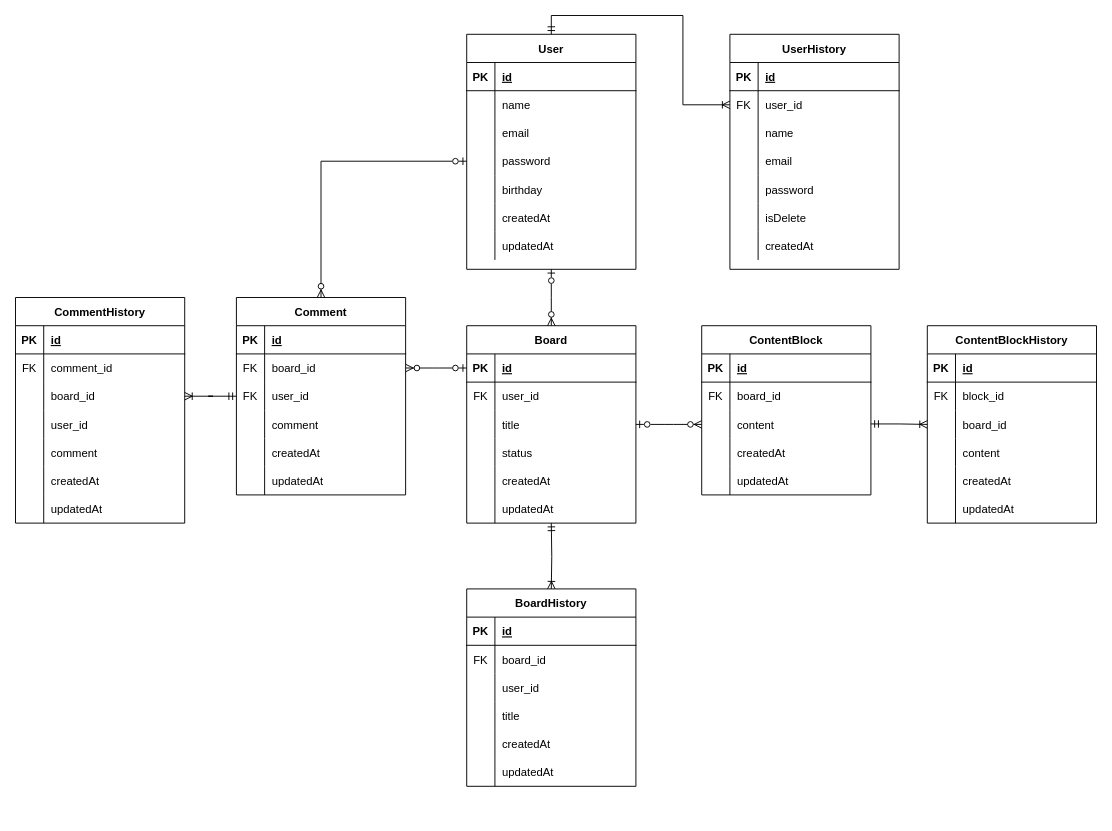
Before: server/src/main/resources/ERD.drawio in huyeon123/CONMOTO, a draw.io diagram. Source tidied: cells renumbered, new cells numbered last; positions are measured from the earlier drawing's top-left corner, leaving out a move shared by most shapes. Both pictures are drawn from the tidied source at 94%, with x=0, y=0 at pixel (15, 15).
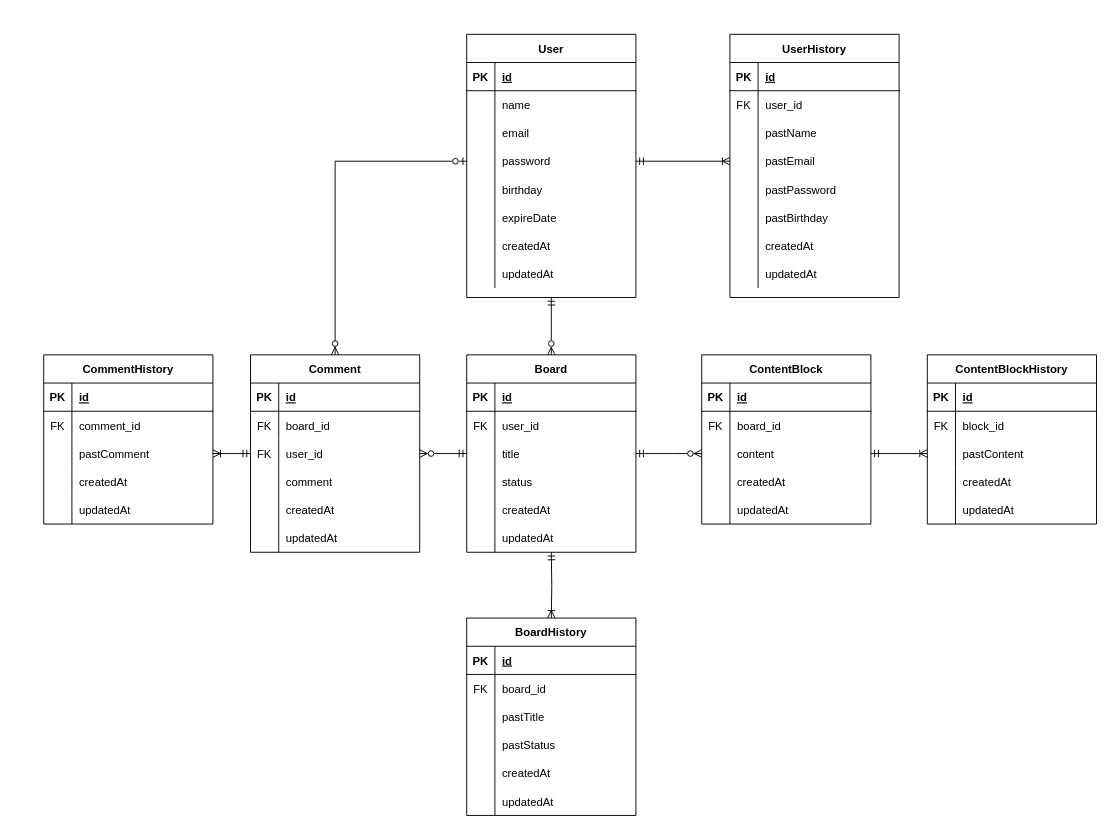
The same page after the edit.

The change refers to these unchanged cells:
```xml
<mxCell id="12" style="shape=tableRow;horizontal=0;startSize=0;swimlaneHead=0;swimlaneBody=0;fillColor=none;points=[[0,0.5],[1,0.5]];portConstraint=eastwest;top=0;left=0;right=0;bottom=0;" parent="2" vertex="1">
  <mxGeometry y="120" width="180" height="30" as="geometry" />
</mxCell>
<mxCell id="28" style="shape=tableRow;horizontal=0;startSize=0;swimlaneHead=0;swimlaneBody=0;fillColor=none;points=[[0,0.5],[1,0.5]];portConstraint=eastwest;top=0;left=0;right=0;bottom=0;" parent="24" vertex="1">
  <mxGeometry y="60" width="180" height="30" as="geometry" />
</mxCell>
<mxCell id="31" style="shape=tableRow;horizontal=0;startSize=0;swimlaneHead=0;swimlaneBody=0;fillColor=none;top=0;left=0;right=0;bottom=0;" parent="24" vertex="1">
  <mxGeometry y="90" width="180" height="30" as="geometry" />
</mxCell>
<mxCell id="34" style="shape=tableRow;horizontal=0;startSize=0;swimlaneHead=0;swimlaneBody=0;fillColor=none;points=[[0,0.5],[1,0.5]];portConstraint=eastwest;top=0;left=0;right=0;bottom=0;" parent="24" vertex="1">
  <mxGeometry y="120" width="180" height="30" as="geometry" />
</mxCell>
<mxCell id="37" style="shape=tableRow;horizontal=0;startSize=0;swimlaneHead=0;swimlaneBody=0;fillColor=none;top=0;left=0;right=0;bottom=0;" parent="24" vertex="1">
  <mxGeometry y="150" width="180" height="30" as="geometry" />
</mxCell>
<mxCell id="40" style="shape=tableRow;horizontal=0;startSize=0;swimlaneHead=0;swimlaneBody=0;fillColor=none;top=0;left=0;right=0;bottom=0;" parent="24" vertex="1">
  <mxGeometry y="180" width="180" height="30" as="geometry" />
</mxCell>
<mxCell id="47" style="shape=tableRow;horizontal=0;startSize=0;swimlaneHead=0;swimlaneBody=0;fillColor=none;points=[[0,0.5],[1,0.5]];portConstraint=eastwest;top=0;left=0;right=0;bottom=1;" parent="46" vertex="1">
  <mxGeometry y="30" width="180" height="30" as="geometry" />
</mxCell>
<mxCell id="53" style="shape=tableRow;horizontal=0;startSize=0;swimlaneHead=0;swimlaneBody=0;fillColor=none;points=[[0,0.5],[1,0.5]];portConstraint=eastwest;top=0;left=0;right=0;bottom=0;" parent="46" vertex="1">
  <mxGeometry y="90" width="180" height="30" as="geometry" />
</mxCell>
<mxCell id="91" style="shape=tableRow;horizontal=0;startSize=0;swimlaneHead=0;swimlaneBody=0;fillColor=none;points=[[0,0.5],[1,0.5]];portConstraint=eastwest;top=0;left=0;right=0;bottom=0;" parent="84" vertex="1">
  <mxGeometry y="90" width="180" height="30" as="geometry" />
</mxCell>
<mxCell id="123" style="shape=tableRow;horizontal=0;startSize=0;swimlaneHead=0;swimlaneBody=0;fillColor=none;points=[[0,0.5],[1,0.5]];portConstraint=eastwest;top=0;left=0;right=0;bottom=0;" parent="119" vertex="1">
  <mxGeometry y="60" width="180" height="30" as="geometry" />
</mxCell>
<mxCell id="126" style="shape=tableRow;horizontal=0;startSize=0;swimlaneHead=0;swimlaneBody=0;fillColor=none;points=[[0,0.5],[1,0.5]];portConstraint=eastwest;top=0;left=0;right=0;bottom=0;" parent="119" vertex="1">
  <mxGeometry y="90" width="180" height="30" as="geometry" />
</mxCell>
```

What changed in the source:
```diff
@@
+    <mxCell id="161" style="edgeStyle=orthogonalEdgeStyle;rounded=0;jettySize=auto;html=1;exitX=0.5;exitY=1;exitDx=0;exitDy=0;entryX=0.5;entryY=0;entryDx=0;entryDy=0;startArrow=ERmandOne;startFill=0;endArrow=ERzeroToMany;endFill=0;" parent="1" edge="1" source="2" target="46">
+      <mxGeometry relative="1" as="geometry" />
+    </mxCell>
     <mxCell id="2" value="User" style="shape=table;startSize=30;childLayout=tableLayout;rowLines=0;fontStyle=1;align=center;" parent="1" vertex="1">
-      <mxGeometry x="480" y="20" width="180" height="250" as="geometry" />
+      <mxGeometry x="480" y="20" width="180" height="280" as="geometry" />
     </mxCell>
@@
+    <mxCell id="168" style="shape=tableRow;horizontal=0;startSize=0;swimlaneHead=0;swimlaneBody=0;fillColor=none;top=0;left=0;right=0;bottom=0;" parent="2" vertex="1">
+      <mxGeometry y="180" width="180" height="30" as="geometry" />
+    </mxCell>
+    <mxCell id="169" style="shape=partialRectangle;fillColor=none;top=0;left=0;bottom=0;right=0;overflow=hidden;" parent="168" vertex="1">
+      <mxGeometry width="30" height="30" as="geometry" />
+    </mxCell>
+    <mxCell id="170" value="expireDate" style="shape=partialRectangle;fillColor=none;top=0;left=0;bottom=0;right=0;align=left;spacingLeft=6;overflow=hidden;" parent="168" vertex="1">
+      <mxGeometry x="30" width="150" height="30" as="geometry" />
+    </mxCell>
     <mxCell id="18" style="shape=tableRow;horizontal=0;startSize=0;swimlaneHead=0;swimlaneBody=0;fillColor=none;top=0;left=0;right=0;bottom=0;" parent="2" vertex="1">
-      <mxGeometry y="180" width="180" height="30" as="geometry" />
+      <mxGeometry y="210" width="180" height="30" as="geometry" />
     </mxCell>
@@
     <mxCell id="21" style="shape=tableRow;horizontal=0;startSize=0;swimlaneHead=0;swimlaneBody=0;fillColor=none;top=0;left=0;right=0;bottom=0;" parent="2" vertex="1">
-      <mxGeometry y="210" width="180" height="30" as="geometry" />
+      <mxGeometry y="240" width="180" height="30" as="geometry" />
     </mxCell>
@@
     <mxCell id="24" value="UserHistory" style="shape=table;startSize=30;childLayout=tableLayout;rowLines=0;fontStyle=1;align=center;" parent="1" vertex="1">
-      <mxGeometry x="760" y="20" width="180" height="250" as="geometry" />
+      <mxGeometry x="760" y="20" width="180" height="280" as="geometry" />
     </mxCell>
@@
-    <mxCell id="33" value="name" style="shape=partialRectangle;fillColor=none;top=0;left=0;bottom=0;right=0;align=left;spacingLeft=6;overflow=hidden;" parent="31" vertex="1">
+    <mxCell id="33" value="pastName" style="shape=partialRectangle;fillColor=none;top=0;left=0;bottom=0;right=0;align=left;spacingLeft=6;overflow=hidden;" parent="31" vertex="1">
       <mxGeometry x="30" width="150" height="30" as="geometry" />
     </mxCell>
@@
-    <mxCell id="36" value="email" style="shape=partialRectangle;fillColor=none;top=0;left=0;bottom=0;right=0;align=left;spacingLeft=6;overflow=hidden;" parent="34" vertex="1">
+    <mxCell id="36" value="pastEmail" style="shape=partialRectangle;fillColor=none;top=0;left=0;bottom=0;right=0;align=left;spacingLeft=6;overflow=hidden;" parent="34" vertex="1">
       <mxGeometry x="30" width="150" height="30" as="geometry" />
     </mxCell>
@@
-    <mxCell id="39" value="password" style="shape=partialRectangle;fillColor=none;top=0;left=0;bottom=0;right=0;align=left;spacingLeft=6;overflow=hidden;" parent="37" vertex="1">
+    <mxCell id="39" value="pastPassword" style="shape=partialRectangle;fillColor=none;top=0;left=0;bottom=0;right=0;align=left;spacingLeft=6;overflow=hidden;" parent="37" vertex="1">
       <mxGeometry x="30" width="150" height="30" as="geometry" />
     </mxCell>
@@
-    <mxCell id="42" value="isDelete" style="shape=partialRectangle;fillColor=none;top=0;left=0;bottom=0;right=0;align=left;spacingLeft=6;overflow=hidden;" parent="40" vertex="1">
+    <mxCell id="42" value="pastBirthday" style="shape=partialRectangle;fillColor=none;top=0;left=0;bottom=0;right=0;align=left;spacingLeft=6;overflow=hidden;" parent="40" vertex="1">
       <mxGeometry x="30" width="150" height="30" as="geometry" />
     </mxCell>
@@
+    <mxCell id="171" style="shape=tableRow;horizontal=0;startSize=0;swimlaneHead=0;swimlaneBody=0;fillColor=none;top=0;left=0;right=0;bottom=0;" parent="24" vertex="1">
+      <mxGeometry y="240" width="180" height="30" as="geometry" />
+    </mxCell>
+    <mxCell id="172" style="shape=partialRectangle;fillColor=none;top=0;left=0;bottom=0;right=0;overflow=hidden;" parent="171" vertex="1">
+      <mxGeometry width="30" height="30" as="geometry" />
+    </mxCell>
+    <mxCell id="173" value="updatedAt" style="shape=partialRectangle;fillColor=none;top=0;left=0;bottom=0;right=0;align=left;spacingLeft=6;overflow=hidden;" parent="171" vertex="1">
+      <mxGeometry x="30" width="150" height="30" as="geometry" />
+    </mxCell>
     <mxCell id="46" value="Board" style="shape=table;startSize=30;childLayout=tableLayout;rowLines=0;fontStyle=1;align=center;" parent="1" vertex="1">
-      <mxGeometry x="480" y="330" width="180" height="210" as="geometry" />
+      <mxGeometry x="480" y="361" width="180" height="210" as="geometry" />
     </mxCell>
@@
     <mxCell id="65" value="BoardHistory" style="shape=table;startSize=30;childLayout=tableLayout;rowLines=0;fontStyle=1;align=center;" parent="1" vertex="1">
-      <mxGeometry x="480" y="610" width="180" height="210" as="geometry" />
+      <mxGeometry x="480" y="641" width="180" height="210" as="geometry" />
     </mxCell>
@@
-    <mxCell id="72" style="shape=tableRow;horizontal=0;startSize=0;swimlaneHead=0;swimlaneBody=0;fillColor=none;top=0;left=0;right=0;bottom=0;" parent="65" vertex="1">
-      <mxGeometry y="90" width="180" height="30" as="geometry" />
-    </mxCell>
-    <mxCell id="73" style="shape=partialRectangle;fillColor=none;top=0;left=0;bottom=0;right=0;overflow=hidden;" parent="72" vertex="1">
-      <mxGeometry width="30" height="30" as="geometry" />
-    </mxCell>
-    <mxCell id="74" value="user_id" style="shape=partialRectangle;fillColor=none;top=0;left=0;bottom=0;right=0;align=left;spacingLeft=6;overflow=hidden;" parent="72" vertex="1">
-      <mxGeometry x="30" width="150" height="30" as="geometry" />
-    </mxCell>
     <mxCell id="75" style="shape=tableRow;horizontal=0;startSize=0;swimlaneHead=0;swimlaneBody=0;fillColor=none;top=0;left=0;right=0;bottom=0;" parent="65" vertex="1">
-      <mxGeometry y="120" width="180" height="30" as="geometry" />
+      <mxGeometry y="90" width="180" height="30" as="geometry" />
     </mxCell>
@@
-    <mxCell id="77" value="title" style="shape=partialRectangle;fillColor=none;top=0;left=0;bottom=0;right=0;align=left;spacingLeft=6;overflow=hidden;" parent="75" vertex="1">
+    <mxCell id="77" value="pastTitle" style="shape=partialRectangle;fillColor=none;top=0;left=0;bottom=0;right=0;align=left;spacingLeft=6;overflow=hidden;" parent="75" vertex="1">
       <mxGeometry x="30" width="150" height="30" as="geometry" />
     </mxCell>
+    <mxCell id="148" style="shape=tableRow;horizontal=0;startSize=0;swimlaneHead=0;swimlaneBody=0;fillColor=none;top=0;left=0;right=0;bottom=0;" parent="65" vertex="1">
+      <mxGeometry y="120" width="180" height="30" as="geometry" />
+    </mxCell>
+    <mxCell id="174" style="shape=partialRectangle;fillColor=none;top=0;left=0;bottom=0;right=0;overflow=hidden;" parent="148" vertex="1">
+      <mxGeometry width="30" height="30" as="geometry" />
+    </mxCell>
+    <mxCell id="175" value="pastStatus" style="shape=partialRectangle;fillColor=none;top=0;left=0;bottom=0;right=0;align=left;spacingLeft=6;overflow=hidden;" parent="148" vertex="1">
+      <mxGeometry x="30" width="150" height="30" as="geometry" />
+    </mxCell>
@@
     <mxCell id="84" value="ContentBlock" style="shape=table;startSize=30;childLayout=tableLayout;rowLines=0;fontStyle=1;align=center;" parent="1" vertex="1">
-      <mxGeometry x="730" y="330" width="180" height="180" as="geometry" />
+      <mxGeometry x="730" y="361" width="180" height="180" as="geometry" />
     </mxCell>
@@
     <mxCell id="100" value="ContentBlockHistory" style="shape=table;startSize=30;childLayout=tableLayout;rowLines=0;fontStyle=1;align=center;" parent="1" vertex="1">
-      <mxGeometry x="970" y="330" width="180" height="210" as="geometry" />
+      <mxGeometry x="970" y="361" width="180" height="180" as="geometry" />
     </mxCell>
@@
-    <mxCell id="107" style="shape=tableRow;horizontal=0;startSize=0;swimlaneHead=0;swimlaneBody=0;fillColor=none;top=0;left=0;right=0;bottom=0;" parent="100" vertex="1">
-      <mxGeometry y="90" width="180" height="30" as="geometry" />
-    </mxCell>
-    <mxCell id="108" style="shape=partialRectangle;fillColor=none;top=0;left=0;bottom=0;right=0;overflow=hidden;" parent="107" vertex="1">
-      <mxGeometry width="30" height="30" as="geometry" />
-    </mxCell>
-    <mxCell id="109" value="board_id" style="shape=partialRectangle;fillColor=none;top=0;left=0;bottom=0;right=0;align=left;spacingLeft=6;overflow=hidden;" parent="107" vertex="1">
-      <mxGeometry x="30" width="150" height="30" as="geometry" />
-    </mxCell>
     <mxCell id="110" style="shape=tableRow;horizontal=0;startSize=0;swimlaneHead=0;swimlaneBody=0;fillColor=none;top=0;left=0;right=0;bottom=0;" parent="100" vertex="1">
-      <mxGeometry y="120" width="180" height="30" as="geometry" />
+      <mxGeometry y="90" width="180" height="30" as="geometry" />
     </mxCell>
@@
-    <mxCell id="112" value="content" style="shape=partialRectangle;fillColor=none;top=0;left=0;bottom=0;right=0;align=left;spacingLeft=6;overflow=hidden;" parent="110" vertex="1">
+    <mxCell id="112" value="pastContent" style="shape=partialRectangle;fillColor=none;top=0;left=0;bottom=0;right=0;align=left;spacingLeft=6;overflow=hidden;" parent="110" vertex="1">
       <mxGeometry x="30" width="150" height="30" as="geometry" />
     </mxCell>
     <mxCell id="113" style="shape=tableRow;horizontal=0;startSize=0;swimlaneHead=0;swimlaneBody=0;fillColor=none;top=0;left=0;right=0;bottom=0;" parent="100" vertex="1">
-      <mxGeometry y="150" width="180" height="30" as="geometry" />
+      <mxGeometry y="120" width="180" height="30" as="geometry" />
     </mxCell>
@@
     <mxCell id="116" style="shape=tableRow;horizontal=0;startSize=0;swimlaneHead=0;swimlaneBody=0;fillColor=none;top=0;left=0;right=0;bottom=0;" parent="100" vertex="1">
-      <mxGeometry y="180" width="180" height="30" as="geometry" />
+      <mxGeometry y="150" width="180" height="30" as="geometry" />
     </mxCell>
@@
     <mxCell id="119" value="Comment" style="shape=table;startSize=30;childLayout=tableLayout;rowLines=0;fontStyle=1;align=center;" parent="1" vertex="1">
-      <mxGeometry x="235" y="300" width="180" height="210" as="geometry" />
+      <mxGeometry x="250" y="361" width="180" height="210" as="geometry" />
     </mxCell>
@@
     <mxCell id="138" value="CommentHistory" style="shape=table;startSize=30;childLayout=tableLayout;rowLines=0;fontStyle=1;align=center;" parent="1" vertex="1">
-      <mxGeometry y="300" width="180" height="240" as="geometry" />
+      <mxGeometry x="30" y="361" width="180" height="180" as="geometry" />
     </mxCell>
@@
-    <mxCell id="145" style="shape=tableRow;horizontal=0;startSize=0;swimlaneHead=0;swimlaneBody=0;fillColor=none;points=[[0,0.5],[1,0.5]];portConstraint=eastwest;top=0;left=0;right=0;bottom=0;" parent="138" vertex="1">
-      <mxGeometry y="90" width="180" height="30" as="geometry" />
-    </mxCell>
-    <mxCell id="146" style="shape=partialRectangle;fillColor=none;top=0;left=0;bottom=0;right=0;overflow=hidden;" parent="145" vertex="1">
-      <mxGeometry width="30" height="30" as="geometry" />
-    </mxCell>
-    <mxCell id="147" value="board_id" style="shape=partialRectangle;fillColor=none;top=0;left=0;bottom=0;right=0;align=left;spacingLeft=6;overflow=hidden;" parent="145" vertex="1">
-      <mxGeometry x="30" width="150" height="30" as="geometry" />
-    </mxCell>
-    <mxCell id="148" style="shape=tableRow;horizontal=0;startSize=0;swimlaneHead=0;swimlaneBody=0;fillColor=none;top=0;left=0;right=0;bottom=0;" parent="138" vertex="1">
-      <mxGeometry y="120" width="180" height="30" as="geometry" />
-    </mxCell>
-    <mxCell id="149" style="shape=partialRectangle;fillColor=none;top=0;left=0;bottom=0;right=0;overflow=hidden;" parent="148" vertex="1">
-      <mxGeometry width="30" height="30" as="geometry" />
-    </mxCell>
-    <mxCell id="150" value="user_id" style="shape=partialRectangle;fillColor=none;top=0;left=0;bottom=0;right=0;align=left;spacingLeft=6;overflow=hidden;" parent="148" vertex="1">
-      <mxGeometry x="30" width="150" height="30" as="geometry" />
-    </mxCell>
     <mxCell id="151" style="shape=tableRow;horizontal=0;startSize=0;swimlaneHead=0;swimlaneBody=0;fillColor=none;points=[[0,0.5],[1,0.5]];portConstraint=eastwest;top=0;left=0;right=0;bottom=0;" parent="138" vertex="1">
-      <mxGeometry y="150" width="180" height="30" as="geometry" />
+      <mxGeometry y="90" width="180" height="30" as="geometry" />
     </mxCell>
@@
-    <mxCell id="153" value="comment" style="shape=partialRectangle;fillColor=none;top=0;left=0;bottom=0;right=0;align=left;spacingLeft=6;overflow=hidden;" parent="151" vertex="1">
+    <mxCell id="153" value="pastComment" style="shape=partialRectangle;fillColor=none;top=0;left=0;bottom=0;right=0;align=left;spacingLeft=6;overflow=hidden;" parent="151" vertex="1">
       <mxGeometry x="30" width="150" height="30" as="geometry" />
     </mxCell>
     <mxCell id="154" style="shape=tableRow;horizontal=0;startSize=0;swimlaneHead=0;swimlaneBody=0;fillColor=none;top=0;left=0;right=0;bottom=0;" parent="138" vertex="1">
-      <mxGeometry y="180" width="180" height="30" as="geometry" />
+      <mxGeometry y="120" width="180" height="30" as="geometry" />
     </mxCell>
@@
     <mxCell id="157" style="shape=tableRow;horizontal=0;startSize=0;swimlaneHead=0;swimlaneBody=0;fillColor=none;top=0;left=0;right=0;bottom=0;" parent="138" vertex="1">
-      <mxGeometry y="210" width="180" height="30" as="geometry" />
+      <mxGeometry y="150" width="180" height="30" as="geometry" />
     </mxCell>
@@
-    <mxCell id="160" style="edgeStyle=orthogonalEdgeStyle;fontSize=12;html=1;endArrow=ERoneToMany;rounded=0;jumpStyle=none;exitX=0.5;exitY=0;exitDx=0;exitDy=0;entryX=0;entryY=0.5;entryDx=0;entryDy=0;startArrow=ERmandOne;startFill=0;" parent="1" edge="1" source="2" target="28">
-      <mxGeometry relative="1" as="geometry">
-        <Array as="points">
-          <mxPoint x="570" />
-          <mxPoint x="710" />
-          <mxPoint x="710" y="95" />
-        </Array>
-      </mxGeometry>
-    </mxCell>
-    <mxCell id="161" style="edgeStyle=orthogonalEdgeStyle;fontSize=12;html=1;endArrow=ERzeroToMany;startArrow=ERzeroToOne;rounded=0;jumpStyle=none;exitX=0.5;exitY=1;exitDx=0;exitDy=0;entryX=0.5;entryY=0;entryDx=0;entryDy=0;startFill=0;" parent="1" edge="1" source="2" target="46">
-      <mxGeometry relative="1" as="geometry">
-        <Array as="points">
-          <mxPoint x="570" y="300" />
-          <mxPoint x="570" y="300" />
-        </Array>
-      </mxGeometry>
-    </mxCell>
-    <mxCell id="162" style="edgeStyle=entityRelationEdgeStyle;fontSize=12;html=1;endArrow=ERzeroToMany;startArrow=ERzeroToOne;rounded=0;jumpStyle=none;entryX=1;entryY=0.5;entryDx=0;entryDy=0;exitX=0;exitY=0.5;exitDx=0;exitDy=0;startFill=0;" parent="1" edge="1" source="47" target="123">
-      <mxGeometry relative="1" as="geometry" />
-    </mxCell>
@@
-    <mxCell id="164" style="edgeStyle=entityRelationEdgeStyle;fontSize=12;html=1;endArrow=ERoneToMany;startArrow=ERmandOne;rounded=0;jumpStyle=none;entryX=1;entryY=0.5;entryDx=0;entryDy=0;exitX=0;exitY=0.5;exitDx=0;exitDy=0;endFill=0;" parent="1" edge="1" source="126" target="145">
-      <mxGeometry relative="1" as="geometry" />
-    </mxCell>
-    <mxCell id="165" style="edgeStyle=entityRelationEdgeStyle;fontSize=12;html=1;endArrow=ERzeroToMany;startArrow=ERzeroToOne;rounded=0;jumpStyle=none;entryX=0;entryY=0.5;entryDx=0;entryDy=0;exitX=1;exitY=0.5;exitDx=0;exitDy=0;startFill=0;" parent="1" edge="1" source="53" target="91">
+    <mxCell id="165" style="edgeStyle=entityRelationEdgeStyle;fontSize=12;html=1;endArrow=ERzeroToMany;startArrow=ERmandOne;rounded=0;jumpStyle=none;entryX=0;entryY=0.5;entryDx=0;entryDy=0;exitX=1;exitY=0.5;exitDx=0;exitDy=0;startFill=0;" parent="1" edge="1" source="53" target="91">
       <mxGeometry relative="1" as="geometry" />
     </mxCell>
-    <mxCell id="166" style="edgeStyle=entityRelationEdgeStyle;fontSize=12;html=1;endArrow=ERoneToMany;startArrow=ERmandOne;rounded=0;jumpStyle=none;exitX=1;exitY=0.5;exitDx=0;exitDy=0;endFill=0;" parent="1" edge="1">
-      <mxGeometry relative="1" as="geometry">
-        <mxPoint x="910" y="434.5" as="sourcePoint" />
-        <mxPoint x="970" y="435" as="targetPoint" />
-      </mxGeometry>
-    </mxCell>
     <mxCell id="167" style="fontSize=12;html=1;endArrow=ERoneToMany;startArrow=ERmandOne;rounded=0;jumpStyle=none;entryX=0.5;entryY=0;entryDx=0;entryDy=0;endFill=0;edgeStyle=orthogonalEdgeStyle;" parent="1" edge="1" target="65">
       <mxGeometry relative="1" as="geometry">
-        <mxPoint x="570" y="540" as="sourcePoint" />
+        <mxPoint x="570" y="571" as="sourcePoint" />
       </mxGeometry>
     </mxCell>
+    <mxCell id="176" style="edgeStyle=orthogonalEdgeStyle;rounded=0;jettySize=auto;html=1;exitX=0;exitY=0.5;exitDx=0;exitDy=0;entryX=1;entryY=0.5;entryDx=0;entryDy=0;startArrow=ERmandOne;startFill=0;endArrow=ERzeroToMany;endFill=0;" parent="1" edge="1" source="53" target="126">
+      <mxGeometry relative="1" as="geometry" />
+    </mxCell>
+    <mxCell id="177" style="edgeStyle=orthogonalEdgeStyle;rounded=0;jettySize=auto;html=1;exitX=1;exitY=0.5;exitDx=0;exitDy=0;entryX=0;entryY=0.5;entryDx=0;entryDy=0;startArrow=ERmandOne;startFill=0;endArrow=ERoneToMany;endFill=0;" parent="1" edge="1" source="12" target="34">
+      <mxGeometry relative="1" as="geometry" />
+    </mxCell>
+    <mxCell id="178" style="edgeStyle=orthogonalEdgeStyle;rounded=0;jettySize=auto;html=1;exitX=1;exitY=0.5;exitDx=0;exitDy=0;entryX=0;entryY=0.5;entryDx=0;entryDy=0;startArrow=ERmandOne;startFill=0;endArrow=ERoneToMany;endFill=0;" parent="1" edge="1" source="91">
+      <mxGeometry relative="1" as="geometry">
+        <mxPoint x="970" y="466" as="targetPoint" />
+      </mxGeometry>
+    </mxCell>
+    <mxCell id="179" style="edgeStyle=orthogonalEdgeStyle;rounded=0;jettySize=auto;html=1;exitX=0;exitY=0.5;exitDx=0;exitDy=0;entryX=1;entryY=0.5;entryDx=0;entryDy=0;startArrow=ERmandOne;startFill=0;endArrow=ERoneToMany;endFill=0;" parent="1" edge="1" source="126" target="151">
+      <mxGeometry relative="1" as="geometry" />
+    </mxCell>
```
